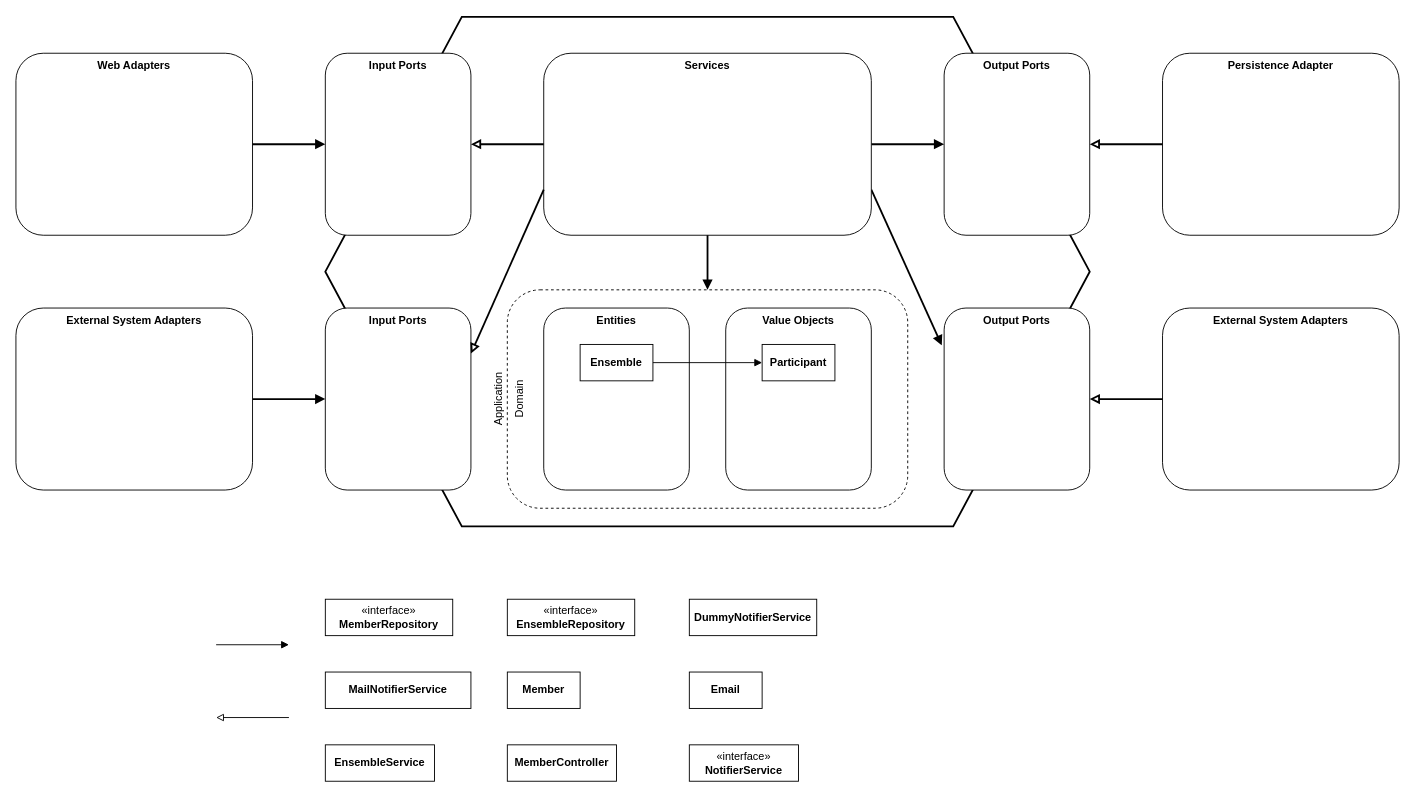
The draw.io diagram oefeningen/les-3/voorbereiding/onderdeel-3/jouw_uitwerking.drawio in AIM-ENE/doex-opdracht-4, before the edit. Source tidied: cells renumbered, new cells numbered last; positions are measured from the earlier drawing's top-left corner, leaving out a move shared by most shapes. Both pictures are drawn from the tidied source at 91%, with x=0, y=0 at pixel (15, 16).
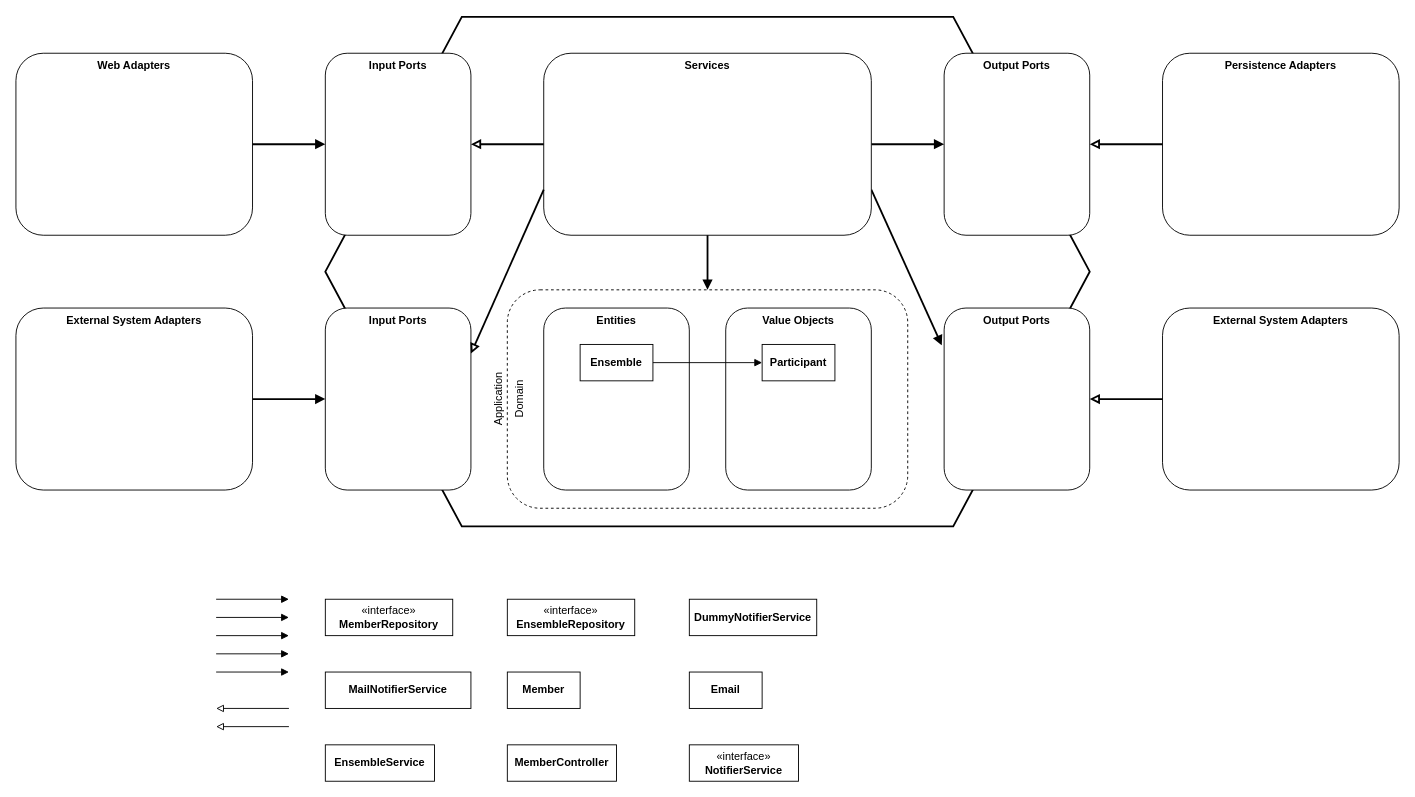
The same page after the edit.

The change refers to these unchanged cells:
```xml
<mxCell id="2" style="group;" parent="1" vertex="1">
  <mxGeometry width="1520" height="560" as="geometry" />
</mxCell>
```

Change to the diagram source:
```diff
@@
-    <mxCell id="5" value="&lt;b&gt;Persistence Adapter&lt;/b&gt;" style="html=1;whiteSpace=wrap;rounded=1;horizontal=1;verticalAlign=top;" parent="2" vertex="1">
+    <mxCell id="5" value="&lt;b&gt;Persistence Adapters&lt;/b&gt;" style="html=1;whiteSpace=wrap;rounded=1;horizontal=1;verticalAlign=top;" parent="2" vertex="1">
       <mxGeometry x="1260" y="40" width="260" height="200" as="geometry" />
     </mxCell>
@@
     <mxCell id="40" style="endArrow=block;html=1;rounded=0;strokeWidth=1;endFill=1;entryX=0;entryY=0.5;entryDx=0;entryDy=0;exitX=1;exitY=0.5;exitDx=0;exitDy=0;" parent="28" edge="1">
       <mxGeometry relative="1" as="geometry">
-        <mxPoint x="220" y="690" as="sourcePoint" />
-        <mxPoint x="300" y="690" as="targetPoint" />
+        <mxPoint x="220" y="640" as="sourcePoint" />
+        <mxPoint x="300" y="640" as="targetPoint" />
       </mxGeometry>
     </mxCell>
     <mxCell id="41" style="endArrow=block;html=1;rounded=0;strokeWidth=1;endFill=0;exitX=0;exitY=0.5;exitDx=0;exitDy=0;entryX=1;entryY=0.5;entryDx=0;entryDy=0;" parent="28" edge="1">
       <mxGeometry relative="1" as="geometry">
-        <mxPoint x="300" y="770" as="sourcePoint" />
-        <mxPoint x="220" y="770" as="targetPoint" />
+        <mxPoint x="300" y="760" as="sourcePoint" />
+        <mxPoint x="220" y="760" as="targetPoint" />
       </mxGeometry>
     </mxCell>
@@
+    <mxCell id="43" style="endArrow=block;html=1;rounded=0;strokeWidth=1;endFill=1;entryX=0;entryY=0.5;entryDx=0;entryDy=0;exitX=1;exitY=0.5;exitDx=0;exitDy=0;" parent="28" edge="1">
+      <mxGeometry relative="1" as="geometry">
+        <mxPoint x="220" y="660" as="sourcePoint" />
+        <mxPoint x="300" y="660" as="targetPoint" />
+      </mxGeometry>
+    </mxCell>
+    <mxCell id="44" style="endArrow=block;html=1;rounded=0;strokeWidth=1;endFill=1;entryX=0;entryY=0.5;entryDx=0;entryDy=0;exitX=1;exitY=0.5;exitDx=0;exitDy=0;" parent="28" edge="1">
+      <mxGeometry relative="1" as="geometry">
+        <mxPoint x="220" y="680" as="sourcePoint" />
+        <mxPoint x="300" y="680" as="targetPoint" />
+      </mxGeometry>
+    </mxCell>
+    <mxCell id="45" style="endArrow=block;html=1;rounded=0;strokeWidth=1;endFill=1;entryX=0;entryY=0.5;entryDx=0;entryDy=0;exitX=1;exitY=0.5;exitDx=0;exitDy=0;" parent="28" edge="1">
+      <mxGeometry relative="1" as="geometry">
+        <mxPoint x="220" y="700" as="sourcePoint" />
+        <mxPoint x="300" y="700" as="targetPoint" />
+      </mxGeometry>
+    </mxCell>
+    <mxCell id="46" style="endArrow=block;html=1;rounded=0;strokeWidth=1;endFill=1;entryX=0;entryY=0.5;entryDx=0;entryDy=0;exitX=1;exitY=0.5;exitDx=0;exitDy=0;" parent="28" edge="1">
+      <mxGeometry relative="1" as="geometry">
+        <mxPoint x="220" y="720" as="sourcePoint" />
+        <mxPoint x="300" y="720" as="targetPoint" />
+      </mxGeometry>
+    </mxCell>
+    <mxCell id="47" style="endArrow=block;html=1;rounded=0;strokeWidth=1;endFill=0;exitX=0;exitY=0.5;exitDx=0;exitDy=0;entryX=1;entryY=0.5;entryDx=0;entryDy=0;" parent="28" edge="1">
+      <mxGeometry relative="1" as="geometry">
+        <mxPoint x="300" y="780" as="sourcePoint" />
+        <mxPoint x="220" y="780" as="targetPoint" />
+      </mxGeometry>
+    </mxCell>
```
